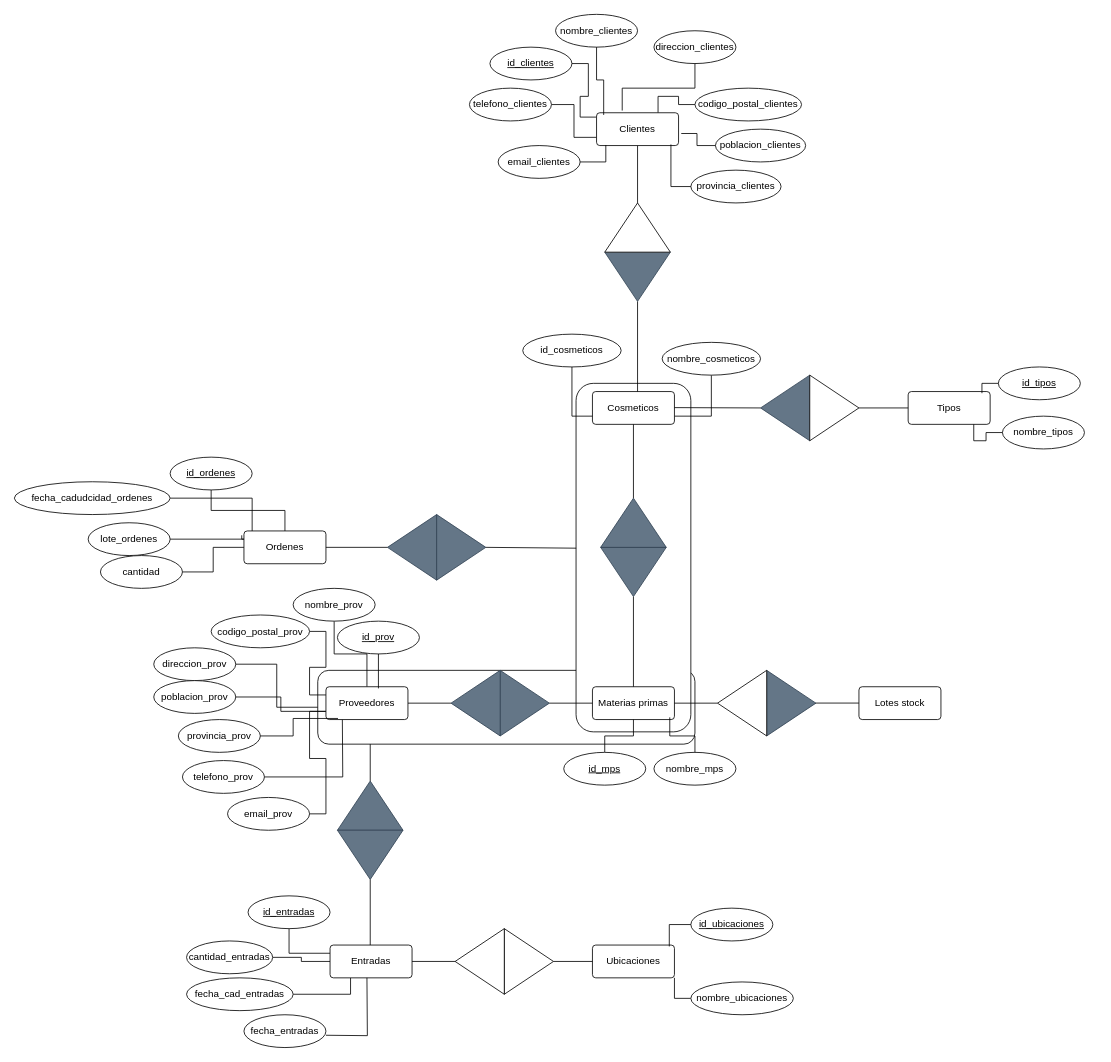
The draw.io diagram der2.drawio in jolumon/proyecto_24_25, before the edit. Source tidied: cells renumbered, new cells numbered last; positions are measured from the earlier drawing's top-left corner, leaving out a move shared by most shapes. Both pictures are drawn from the tidied source at 82%, with x=0, y=0 at pixel (14, 14).
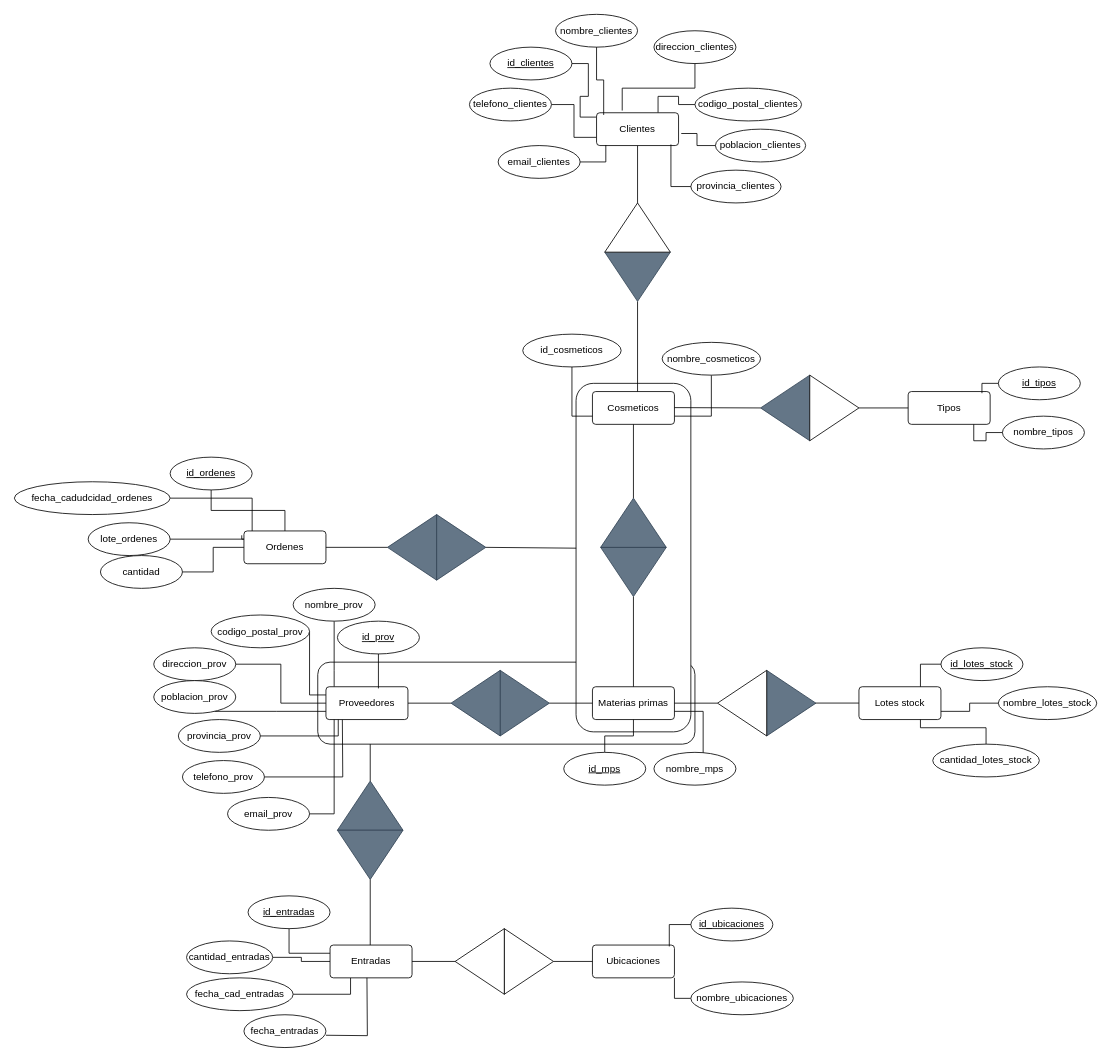
The same diagram, later.

Commit message (it also covers changes not shown here):
Añadir pequeñas modificaciones al der

Unchanged cells that the change refers to:
```xml
<mxCell id="4" value="Materias primas" style="rounded=1;arcSize=10;whiteSpace=wrap;html=1;align=center;" parent="1" vertex="1">
  <mxGeometry x="705" y="820" width="100" height="40" as="geometry" />
</mxCell>
<mxCell id="24" value="nombre_prov" style="ellipse;whiteSpace=wrap;html=1;align=center;" parent="1" vertex="1">
  <mxGeometry x="340" y="700" width="100" height="40" as="geometry" />
</mxCell>
<mxCell id="26" value="direccion_prov" style="ellipse;whiteSpace=wrap;html=1;align=center;" parent="1" vertex="1">
  <mxGeometry x="170" y="772.5" width="100" height="40" as="geometry" />
</mxCell>
<mxCell id="28" value="codigo_postal_prov" style="ellipse;whiteSpace=wrap;html=1;align=center;" parent="1" vertex="1">
  <mxGeometry x="240" y="732.5" width="120" height="40" as="geometry" />
</mxCell>
<mxCell id="30" value="poblacion_prov" style="ellipse;whiteSpace=wrap;html=1;align=center;" parent="1" vertex="1">
  <mxGeometry x="170" y="812.5" width="100" height="40" as="geometry" />
</mxCell>
<mxCell id="31" value="provincia_prov" style="ellipse;whiteSpace=wrap;html=1;align=center;" parent="1" vertex="1">
  <mxGeometry x="200" y="860" width="100" height="40" as="geometry" />
</mxCell>
<mxCell id="35" value="email_prov" style="ellipse;whiteSpace=wrap;html=1;align=center;" parent="1" vertex="1">
  <mxGeometry x="260" y="955" width="100" height="40" as="geometry" />
</mxCell>
<mxCell id="76" value="nombre_mps" style="ellipse;whiteSpace=wrap;html=1;align=center;" parent="1" vertex="1">
  <mxGeometry x="780" y="900" width="100" height="40" as="geometry" />
</mxCell>
<mxCell id="89" value="Proveedores" style="rounded=1;arcSize=10;whiteSpace=wrap;html=1;align=center;" parent="1" vertex="1">
  <mxGeometry x="380" y="820" width="100" height="40" as="geometry" />
</mxCell>
<mxCell id="116" value="Lotes stock" style="rounded=1;arcSize=10;whiteSpace=wrap;html=1;align=center;" parent="1" vertex="1">
  <mxGeometry x="1030" y="820" width="100" height="40" as="geometry" />
</mxCell>
```

What changed in the source:
```diff
@@
     <mxCell id="2" style="rounded=1;whiteSpace=wrap;html=1;" parent="1" vertex="1">
-      <mxGeometry x="370" y="800" width="460" height="90" as="geometry" />
+      <mxGeometry x="370" y="790" width="460" height="100" as="geometry" />
     </mxCell>
@@
     <mxCell id="23" style="edgeStyle=orthogonalEdgeStyle;rounded=0;jettySize=auto;html=1;endArrow=none;endFill=0;" parent="1" edge="1" source="24" target="89">
-      <mxGeometry relative="1" as="geometry" />
+      <mxGeometry relative="1" as="geometry">
+        <Array as="points">
+          <mxPoint x="390" y="800" />
+          <mxPoint x="390" y="800" />
+        </Array>
+      </mxGeometry>
     </mxCell>
@@
-    <mxCell id="25" style="edgeStyle=orthogonalEdgeStyle;rounded=0;jettySize=auto;html=1;endArrow=none;endFill=0;" parent="1" edge="1" source="26" target="2">
+    <mxCell id="25" style="edgeStyle=orthogonalEdgeStyle;rounded=0;jettySize=auto;html=1;endArrow=none;endFill=0;entryX=0;entryY=0.5;entryDx=0;entryDy=0;" parent="1" edge="1" source="26" target="89">
       <mxGeometry relative="1" as="geometry" />
     </mxCell>
@@
     <mxCell id="27" style="edgeStyle=orthogonalEdgeStyle;rounded=0;jettySize=auto;html=1;entryX=0;entryY=0.25;entryDx=0;entryDy=0;endArrow=none;endFill=0;" parent="1" edge="1" source="28" target="89">
-      <mxGeometry relative="1" as="geometry" />
+      <mxGeometry relative="1" as="geometry">
+        <Array as="points">
+          <mxPoint x="360" y="830" />
+        </Array>
+      </mxGeometry>
     </mxCell>
@@
     <mxCell id="29" style="edgeStyle=orthogonalEdgeStyle;rounded=0;jettySize=auto;html=1;entryX=0;entryY=0.75;entryDx=0;entryDy=0;endArrow=none;endFill=0;" parent="1" edge="1" source="30" target="89">
-      <mxGeometry relative="1" as="geometry" />
+      <mxGeometry relative="1" as="geometry">
+        <Array as="points">
+          <mxPoint x="320" y="850" />
+          <mxPoint x="320" y="850" />
+        </Array>
+      </mxGeometry>
     </mxCell>
@@
-    <mxCell id="34" style="edgeStyle=orthogonalEdgeStyle;rounded=0;jettySize=auto;html=1;entryX=0;entryY=0.75;entryDx=0;entryDy=0;endArrow=none;endFill=0;" parent="1" edge="1" source="35" target="89">
-      <mxGeometry relative="1" as="geometry" />
+    <mxCell id="34" style="edgeStyle=orthogonalEdgeStyle;rounded=0;jettySize=auto;html=1;entryX=0.095;entryY=0.985;entryDx=0;entryDy=0;endArrow=none;endFill=0;entryPerimeter=0;" parent="1" edge="1" source="35" target="89">
+      <mxGeometry relative="1" as="geometry">
+        <Array as="points">
+          <mxPoint x="390" y="975" />
+          <mxPoint x="390" y="850" />
+          <mxPoint x="389" y="850" />
+        </Array>
+      </mxGeometry>
     </mxCell>
@@
-    <mxCell id="97" style="edgeStyle=orthogonalEdgeStyle;rounded=0;jettySize=auto;html=1;entryX=0.943;entryY=0.933;entryDx=0;entryDy=0;entryPerimeter=0;endArrow=none;endFill=0;" parent="1" edge="1" source="76" target="4">
-      <mxGeometry relative="1" as="geometry" />
+    <mxCell id="97" style="edgeStyle=orthogonalEdgeStyle;rounded=0;jettySize=auto;html=1;endArrow=none;endFill=0;entryX=1;entryY=0.75;entryDx=0;entryDy=0;" parent="1" edge="1" source="76" target="4">
+      <mxGeometry relative="1" as="geometry">
+        <Array as="points">
+          <mxPoint x="840" y="850" />
+        </Array>
+      </mxGeometry>
     </mxCell>
@@
-    <mxCell id="99" style="edgeStyle=orthogonalEdgeStyle;rounded=0;jettySize=auto;html=1;entryX=0.147;entryY=0.967;entryDx=0;entryDy=0;entryPerimeter=0;endArrow=none;endFill=0;" parent="1" edge="1" source="31" target="89">
-      <mxGeometry relative="1" as="geometry" />
+    <mxCell id="99" style="edgeStyle=orthogonalEdgeStyle;rounded=0;jettySize=auto;html=1;endArrow=none;endFill=0;" parent="1" edge="1" source="31">
+      <mxGeometry relative="1" as="geometry">
+        <mxPoint x="395" y="860" as="targetPoint" />
+        <Array as="points">
+          <mxPoint x="395" y="880" />
+        </Array>
+      </mxGeometry>
     </mxCell>
@@
+    <mxCell id="117" value="id_lotes_stock" style="ellipse;whiteSpace=wrap;html=1;align=center;fontStyle=4;" parent="1" vertex="1">
+      <mxGeometry x="1130" y="772.5" width="100" height="40" as="geometry" />
+    </mxCell>
+    <mxCell id="118" style="edgeStyle=orthogonalEdgeStyle;rounded=0;jettySize=auto;html=1;entryX=1;entryY=0.75;entryDx=0;entryDy=0;endArrow=none;endFill=0;" parent="1" edge="1" source="119" target="116">
+      <mxGeometry relative="1" as="geometry" />
+    </mxCell>
+    <mxCell id="119" value="nombre_lotes_stock" style="ellipse;whiteSpace=wrap;html=1;align=center;" parent="1" vertex="1">
+      <mxGeometry x="1200" y="820" width="120" height="40" as="geometry" />
+    </mxCell>
+    <mxCell id="120" style="edgeStyle=orthogonalEdgeStyle;rounded=0;jettySize=auto;html=1;entryX=0.75;entryY=1;entryDx=0;entryDy=0;endArrow=none;endFill=0;" parent="1" edge="1" source="121" target="116">
+      <mxGeometry relative="1" as="geometry" />
+    </mxCell>
+    <mxCell id="121" value="cantidad_lotes_stock" style="ellipse;whiteSpace=wrap;html=1;align=center;" parent="1" vertex="1">
+      <mxGeometry x="1120" y="890" width="130" height="40" as="geometry" />
+    </mxCell>
+    <mxCell id="122" style="edgeStyle=orthogonalEdgeStyle;rounded=0;jettySize=auto;html=1;entryX=0.75;entryY=0;entryDx=0;entryDy=0;exitX=0;exitY=0.5;exitDx=0;exitDy=0;endArrow=none;endFill=0;" parent="1" edge="1" source="117" target="116">
+      <mxGeometry relative="1" as="geometry" />
+    </mxCell>
```
